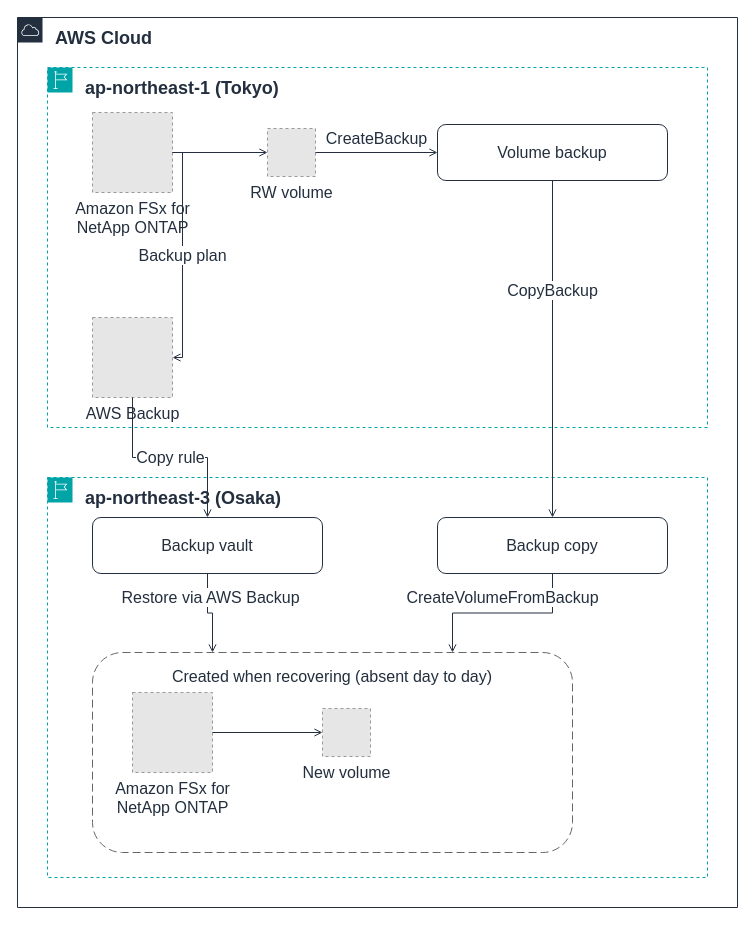
The draw.io diagram docs/_assets/diagrams/backup-copy-cross-region-en.drawio in Yoshiki0705/FSx-for-ONTAP-Adoption-Playbook, before the edit. Source tidied: cells renumbered, new cells numbered last; positions are measured from the earlier drawing's top-left corner, leaving out a move shared by most shapes. Both pictures are drawn from the tidied source at 100%, with x=0, y=0 at pixel (17, 17). Pictures stored in the file or linked from it are replaced by grey dashed boxes.
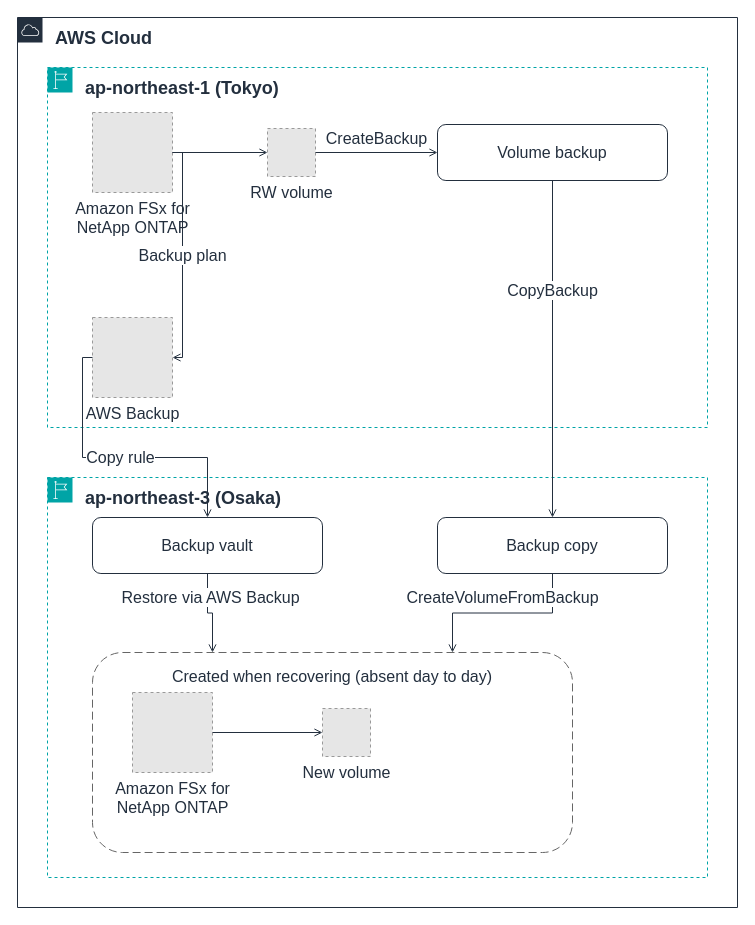
The same page after the edit.

The change refers to these unchanged cells:
```xml
<mxCell id="8" value="Backup vault" style="rounded=1;whiteSpace=wrap;html=1;strokeColor=#232F3E;fillColor=none;fontColor=#232F3E;fontSize=16;verticalAlign=middle;align=center;" parent="1" vertex="1">
  <mxGeometry x="75" y="500" width="230" height="56" as="geometry" />
</mxCell>
<mxCell id="11" value="AWS Backup" style="fillColor=#E6E6E6;strokeColor=#999999;dashed=1;html=1;verticalLabelPosition=bottom;verticalAlign=top;labelPosition=center;align=center;fontSize=16;fontColor=#232F3E;" parent="1" vertex="1">
  <mxGeometry x="75" y="300" width="80" height="80" as="geometry" />
</mxCell>
```

Change to the diagram source:
```diff
@@
-    <mxCell id="18" value="Copy rule" style="edgeStyle=orthogonalEdgeStyle;rounded=0;html=1;endArrow=open;endFill=0;strokeColor=#232F3E;strokeWidth=1;fontSize=16;fontColor=#232F3E;labelBackgroundColor=#FFFFFF;exitX=0.5;exitY=1.0;exitDx=0;exitDy=0;entryX=0.5;entryY=0.0;entryDx=0;entryDy=0;" parent="1" edge="1" source="11" target="8">
+    <mxCell id="18" value="Copy rule" style="edgeStyle=orthogonalEdgeStyle;rounded=0;html=1;endArrow=open;endFill=0;strokeColor=#232F3E;strokeWidth=1;fontSize=16;fontColor=#232F3E;labelBackgroundColor=#FFFFFF;exitX=0.0;exitY=0.5;exitDx=0;exitDy=0;entryX=0.5;entryY=0.0;entryDx=0;entryDy=0;" parent="1" edge="1" source="11" target="8">
       <mxGeometry relative="1" as="geometry" />
     </mxCell>
```
